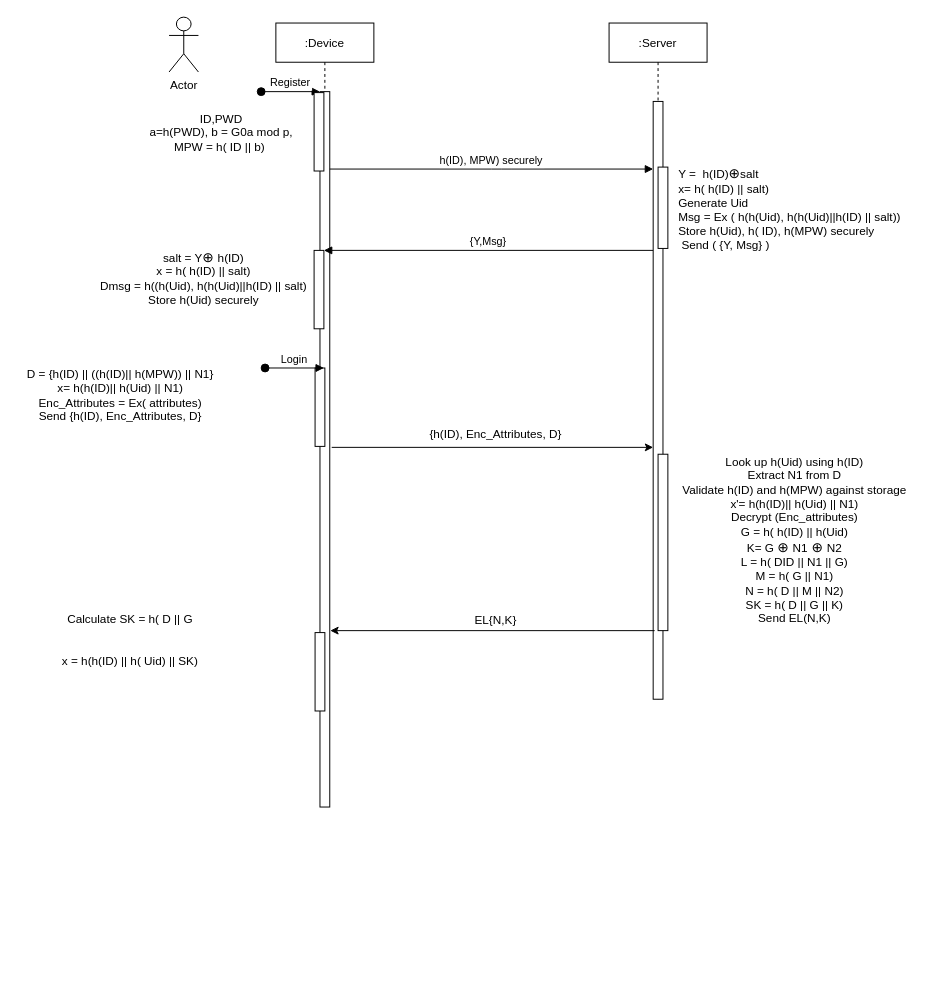
Before: ResourceAccess_Sequence_Diagram.drawio in vivinkrishnan/drawio, a draw.io diagram. Source tidied: cells renumbered, new cells numbered last; positions are measured from the earlier drawing's top-left corner, leaving out a move shared by most shapes. Both pictures are drawn from the tidied source at 98%, with x=0, y=0 at pixel (17, 17).
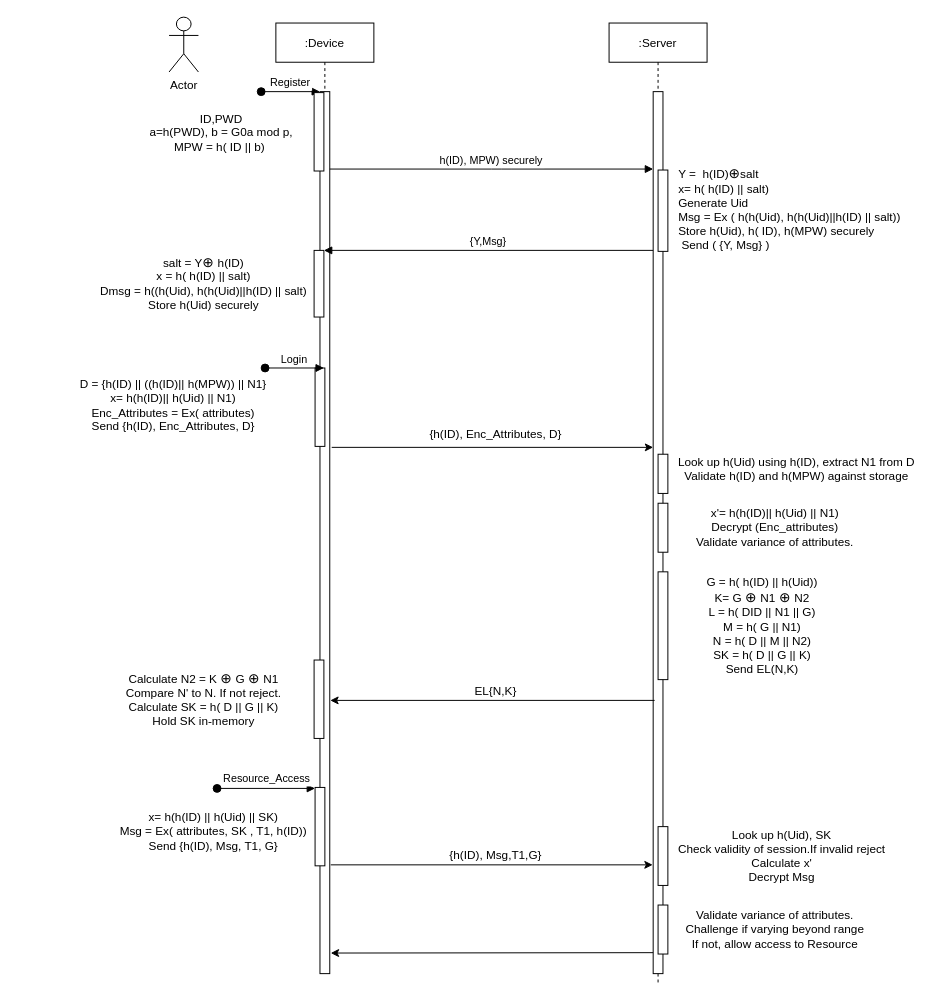
The same diagram, later.

Diff of the diagram source:
```diff
@@
     <mxCell id="2" value=":Device" style="shape=umlLifeline;perimeter=lifelinePerimeter;rounded=0;shadow=0;strokeWidth=1;" parent="1" vertex="1">
-      <mxGeometry x="264" y="6" width="100" height="800" as="geometry" />
+      <mxGeometry x="264" y="6" width="100" height="970" as="geometry" />
     </mxCell>
     <mxCell id="3" style="points=[];perimeter=orthogonalPerimeter;rounded=0;shadow=0;strokeWidth=1;" parent="2" vertex="1">
-      <mxGeometry x="45" y="70" width="10" height="730" as="geometry" />
+      <mxGeometry x="45" y="70" width="10" height="900" as="geometry" />
     </mxCell>
@@
     <mxCell id="5" style="points=[];perimeter=orthogonalPerimeter;rounded=0;shadow=0;strokeWidth=1;" parent="2" vertex="1">
-      <mxGeometry x="39" y="232" width="10" height="80" as="geometry" />
+      <mxGeometry x="39" y="232" width="10" height="68" as="geometry" />
     </mxCell>
@@
     <mxCell id="9" style="html=1;perimeter=orthogonalPerimeter;" parent="2" vertex="1">
-      <mxGeometry x="40" y="622" width="10" height="80" as="geometry" />
+      <mxGeometry x="39" y="650" width="10" height="80" as="geometry" />
     </mxCell>
+    <mxCell id="27" style="html=1;perimeter=orthogonalPerimeter;" parent="2" vertex="1">
+      <mxGeometry x="40" y="780" width="10" height="80" as="geometry" />
+    </mxCell>
+    <mxCell id="28" value="Resource_Access" style="verticalAlign=bottom;startArrow=oval;endArrow=block;startSize=8;shadow=0;strokeWidth=1;" parent="2" edge="1">
+      <mxGeometry x="0.02" y="1" relative="1" as="geometry">
+        <mxPoint x="-60" y="781" as="sourcePoint" />
+        <mxPoint x="40" y="781" as="targetPoint" />
+      </mxGeometry>
+    </mxCell>
     <mxCell id="10" value=":Server" style="shape=umlLifeline;perimeter=lifelinePerimeter;rounded=0;shadow=0;strokeWidth=1;" parent="1" vertex="1">
-      <mxGeometry x="604" y="6" width="100" height="690" as="geometry" />
+      <mxGeometry x="604" y="6" width="100" height="980" as="geometry" />
     </mxCell>
     <mxCell id="11" style="perimeter=orthogonalPerimeter;rounded=0;shadow=0;strokeWidth=1;" parent="10" vertex="1">
-      <mxGeometry x="45" y="80" width="10" height="610" as="geometry" />
+      <mxGeometry x="45" y="70" width="10" height="900" as="geometry" />
     </mxCell>
     <mxCell id="12" style="html=1;perimeter=orthogonalPerimeter;" parent="10" vertex="1">
-      <mxGeometry x="50" y="147" width="10" height="83" as="geometry" />
+      <mxGeometry x="50" y="150" width="10" height="83" as="geometry" />
     </mxCell>
-    <mxCell id="13" style="html=1;perimeter=orthogonalPerimeter;fontFamily=Helvetica;fontSize=12;fontColor=#000000;" parent="10" vertex="1">
-      <mxGeometry x="50" y="440" width="10" height="180" as="geometry" />
-    </mxCell>
+    <mxCell id="29" style="html=1;perimeter=orthogonalPerimeter;" parent="10" vertex="1">
+      <mxGeometry x="50" y="820" width="10" height="60" as="geometry" />
+    </mxCell>
+    <mxCell id="30" style="html=1;perimeter=orthogonalPerimeter;" parent="10" vertex="1">
+      <mxGeometry x="50" y="900" width="10" height="50" as="geometry" />
+    </mxCell>
+    <mxCell id="31" style="html=1;perimeter=orthogonalPerimeter;" parent="10" vertex="1">
+      <mxGeometry x="50" y="440" width="10" height="40" as="geometry" />
+    </mxCell>
+    <mxCell id="32" style="html=1;perimeter=orthogonalPerimeter;" parent="10" vertex="1">
+      <mxGeometry x="50" y="490" width="10" height="50" as="geometry" />
+    </mxCell>
+    <mxCell id="33" style="html=1;perimeter=orthogonalPerimeter;" parent="10" vertex="1">
+      <mxGeometry x="50" y="560" width="10" height="110" as="geometry" />
+    </mxCell>
@@
     <mxCell id="19" value="salt = Y&lt;span style=&quot;font-size: 14px ; text-align: left ; background-color: rgb(255 , 255 , 255)&quot;&gt;⊕ &lt;/span&gt;&lt;span style=&quot;text-align: left ; background-color: rgb(255 , 255 , 255)&quot;&gt;&lt;font style=&quot;font-size: 12px&quot;&gt;h(ID)&lt;br&gt;x = h( h(ID) || salt)&lt;br&gt;Dmsg = h(&lt;/font&gt;&lt;/span&gt;&lt;span style=&quot;text-align: left&quot;&gt;(h(Uid), h(h(Uid)||h(ID) || salt)&lt;br&gt;&lt;/span&gt;&lt;span style=&quot;text-align: left ; background-color: rgb(255 , 255 , 255)&quot;&gt;&lt;font style=&quot;font-size: 12px&quot;&gt;Store h(Uid) securely&lt;br&gt;&lt;/font&gt;&lt;/span&gt;" style="text;html=1;align=center;verticalAlign=middle;strokeColor=none;fillColor=none;" parent="1" vertex="1">
-      <mxGeometry x="75" y="236" width="230" height="60" as="geometry" />
+      <mxGeometry x="75" y="241" width="230" height="60" as="geometry" />
     </mxCell>
     <mxCell id="20" value="D = {h(ID) || ((h(ID)|| h(MPW)) || N1}&lt;br&gt;x= h(h(ID)|| h(Uid) || N1)&lt;br&gt;Enc_Attributes = Ex( attributes)&lt;br&gt;Send {h(ID), Enc_Attributes, D}" style="text;html=1;align=center;verticalAlign=middle;strokeColor=none;fillColor=none;fontSize=12;fontFamily=Helvetica;fontColor=#000000;" parent="1" vertex="1">
-      <mxGeometry y="356" width="210" height="60" as="geometry" />
+      <mxGeometry x="54" y="366" width="210" height="60" as="geometry" />
     </mxCell>
@@
-    <mxCell id="23" value="Look up h(Uid) using h(ID)&lt;br&gt;Extract N1 from D&lt;br&gt;Validate h(ID) and h(MPW) against storage&lt;br&gt;x'= h(h(ID)|| h(Uid) || N1)&lt;br&gt;Decrypt (Enc_attributes)&lt;br&gt;G = h( h(ID) || h(Uid)&lt;br&gt;K= G&amp;nbsp;&lt;span style=&quot;font-size: 14px ; text-align: left ; background-color: rgb(255 , 255 , 255)&quot;&gt;⊕ &lt;/span&gt;&lt;span style=&quot;text-align: left ; background-color: rgb(255 , 255 , 255)&quot;&gt;&lt;font style=&quot;font-size: 12px&quot;&gt;N1&lt;/font&gt;&lt;/span&gt;&lt;span style=&quot;font-size: 14px ; text-align: left ; background-color: rgb(255 , 255 , 255)&quot;&gt;&amp;nbsp;&lt;/span&gt;&lt;span style=&quot;font-size: 14px ; text-align: left ; background-color: rgb(255 , 255 , 255)&quot;&gt;⊕ &lt;/span&gt;&lt;span style=&quot;text-align: left ; background-color: rgb(255 , 255 , 255)&quot;&gt;&lt;font style=&quot;font-size: 12px&quot;&gt;N2&lt;br&gt;L = h( DID || N1 || G)&lt;br&gt;M = h( G || N1)&lt;br&gt;N = h( D || M || N2)&lt;br&gt;SK = h( D || G || K)&lt;br&gt;Send EL(N,K)&lt;br&gt;&lt;br&gt;&lt;/font&gt;&lt;/span&gt;" style="text;html=1;align=center;verticalAlign=middle;strokeColor=none;fillColor=none;fontSize=12;fontFamily=Helvetica;fontColor=#000000;" parent="1" vertex="1">
-      <mxGeometry x="673" y="446" width="240" height="190" as="geometry" />
+    <mxCell id="23" value="Look up h(Uid) using h(ID), extract N1 from D&lt;br&gt;Validate h(ID) and h(MPW) against storage&lt;span style=&quot;text-align: left ; background-color: rgb(255 , 255 , 255)&quot;&gt;&lt;font style=&quot;font-size: 12px&quot;&gt;&lt;br&gt;&lt;/font&gt;&lt;/span&gt;" style="text;html=1;align=center;verticalAlign=middle;strokeColor=none;fillColor=none;fontSize=12;fontFamily=Helvetica;fontColor=#000000;" parent="1" vertex="1">
+      <mxGeometry x="665" y="446" width="260" height="30" as="geometry" />
     </mxCell>
     <mxCell id="24" style="endArrow=classic;html=1;rounded=0;" parent="1" edge="1">
       <mxGeometry relative="1" as="geometry">
-        <mxPoint x="650.5" y="626" as="sourcePoint" />
-        <mxPoint x="319.5" y="626" as="targetPoint" />
+        <mxPoint x="650.5" y="697.2" as="sourcePoint" />
+        <mxPoint x="319.5" y="697.2" as="targetPoint" />
       </mxGeometry>
     </mxCell>
     <mxCell id="25" value="EL{N,K}" style="text;html=1;align=center;verticalAlign=middle;strokeColor=none;fillColor=none;" parent="1" vertex="1">
-      <mxGeometry x="458" y="606" width="60" height="20" as="geometry" />
+      <mxGeometry x="458" y="678" width="60" height="20" as="geometry" />
     </mxCell>
-    <mxCell id="26" value="Calculate SK = h( D || G&lt;br&gt;&lt;br&gt;&lt;br&gt;x = h(h(ID) || h( Uid) || SK)" style="text;html=1;align=center;verticalAlign=middle;strokeColor=none;fillColor=none;" parent="1" vertex="1">
-      <mxGeometry x="40" y="606" width="150" height="60" as="geometry" />
+    <mxCell id="26" value="Calculate N2 = K&amp;nbsp;&lt;span style=&quot;font-size: 14px ; text-align: left ; background-color: rgb(255 , 255 , 255)&quot;&gt;⊕&amp;nbsp;&lt;/span&gt;G&amp;nbsp;&lt;span style=&quot;font-size: 14px ; text-align: left ; background-color: rgb(255 , 255 , 255)&quot;&gt;⊕&amp;nbsp;&lt;/span&gt;&lt;span style=&quot;text-align: left ; background-color: rgb(255 , 255 , 255)&quot;&gt;N1&lt;br&gt;&lt;/span&gt;Compare N' to N. If not reject.&lt;br&gt;Calculate SK = h( D || G || K)&lt;br&gt;Hold SK in-memory&lt;br&gt;" style="text;html=1;align=center;verticalAlign=middle;strokeColor=none;fillColor=none;" parent="1" vertex="1">
+      <mxGeometry x="105" y="666" width="170" height="60" as="geometry" />
     </mxCell>
+    <mxCell id="34" value="x= h(h(ID) || h(Uid) || SK)&lt;br&gt;Msg = Ex( attributes, SK , T1, h(ID))&lt;br&gt;Send {h(ID), Msg, T1, G}" style="text;html=1;align=center;verticalAlign=middle;strokeColor=none;fillColor=none;" parent="1" vertex="1">
+      <mxGeometry x="95" y="806" width="210" height="50" as="geometry" />
+    </mxCell>
+    <mxCell id="35" style="endArrow=classic;html=1;rounded=0;" parent="1" edge="1">
+      <mxGeometry relative="1" as="geometry">
+        <mxPoint x="320" y="865" as="sourcePoint" />
+        <mxPoint x="648.5" y="865" as="targetPoint" />
+      </mxGeometry>
+    </mxCell>
+    <mxCell id="36" value="{h(ID), Msg,T1,G}" style="text;html=1;align=center;verticalAlign=middle;strokeColor=none;fillColor=none;" parent="1" vertex="1">
+      <mxGeometry x="433" y="846" width="110" height="20" as="geometry" />
+    </mxCell>
+    <mxCell id="37" value="Look up h(Uid), SK&lt;br&gt;Check validity of session.If invalid reject&lt;br&gt;Calculate x'&lt;br&gt;Decrypt Msg" style="text;html=1;align=center;verticalAlign=middle;strokeColor=none;fillColor=none;" parent="1" vertex="1">
+      <mxGeometry x="665" y="826" width="230" height="60" as="geometry" />
+    </mxCell>
+    <mxCell id="38" value="Validate variance of attributes.&lt;br&gt;Challenge if varying beyond range&lt;br&gt;If not, allow access to Resource" style="text;html=1;align=center;verticalAlign=middle;strokeColor=none;fillColor=none;" parent="1" vertex="1">
+      <mxGeometry x="673" y="906" width="200" height="50" as="geometry" />
+    </mxCell>
+    <mxCell id="39" style="endArrow=classic;html=1;rounded=0;exitX=0;exitY=0.972;exitDx=0;exitDy=0;exitPerimeter=0;" parent="1" edge="1">
+      <mxGeometry relative="1" as="geometry">
+        <mxPoint x="649" y="954.6" as="sourcePoint" />
+        <mxPoint x="320" y="955" as="targetPoint" />
+      </mxGeometry>
+    </mxCell>
+    <mxCell id="40" value="x'= h(h(ID)|| h(Uid) || N1)&lt;br&gt;Decrypt (Enc_attributes)&lt;br&gt;Validate variance of attributes." style="text;html=1;align=center;verticalAlign=middle;strokeColor=none;fillColor=none;" parent="1" vertex="1">
+      <mxGeometry x="683" y="496" width="180" height="50" as="geometry" />
+    </mxCell>
+    <mxCell id="41" value="G = h( h(ID) || h(Uid))&lt;br&gt;K= G&amp;nbsp;&lt;span style=&quot;font-size: 14px ; text-align: left ; background-color: rgb(255 , 255 , 255)&quot;&gt;⊕&amp;nbsp;&lt;/span&gt;&lt;span style=&quot;text-align: left ; background-color: rgb(255 , 255 , 255)&quot;&gt;N1&lt;/span&gt;&lt;span style=&quot;font-size: 14px ; text-align: left ; background-color: rgb(255 , 255 , 255)&quot;&gt;&amp;nbsp;&lt;/span&gt;&lt;span style=&quot;font-size: 14px ; text-align: left ; background-color: rgb(255 , 255 , 255)&quot;&gt;⊕&amp;nbsp;&lt;/span&gt;&lt;span style=&quot;text-align: left ; background-color: rgb(255 , 255 , 255)&quot;&gt;N2&lt;br&gt;L = h( DID || N1 || G)&lt;br&gt;M = h( G || N1)&lt;br&gt;N = h( D || M || N2)&lt;br&gt;SK = h( D || G || K)&lt;br&gt;Send EL(N,K)&lt;/span&gt;" style="text;html=1;align=center;verticalAlign=middle;strokeColor=none;fillColor=none;" parent="1" vertex="1">
+      <mxGeometry x="695" y="571" width="130" height="100" as="geometry" />
+    </mxCell>
```
